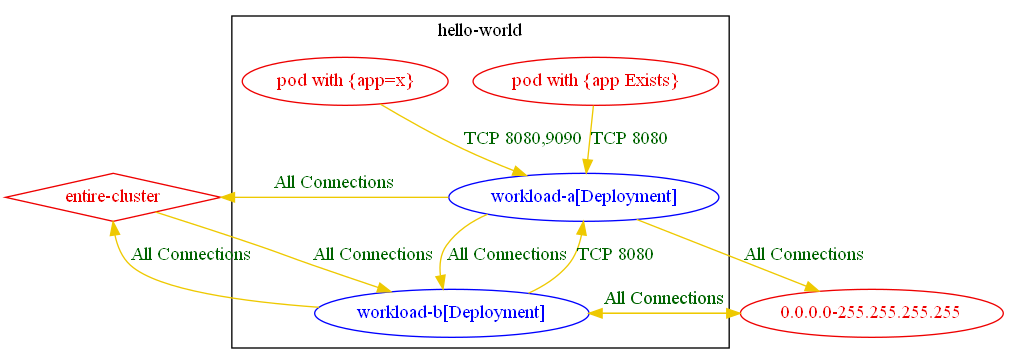
Above: test_outputs/connlist/exposure_test_exposure_with_different_rules_2_connlist_output.dot.png in np-guard/netpol-analyzer (Graphviz), before the change. Its source is kept beside it as test_outputs/connlist/exposure_test_exposure_with_different_rules_2_connlist_output.dot.
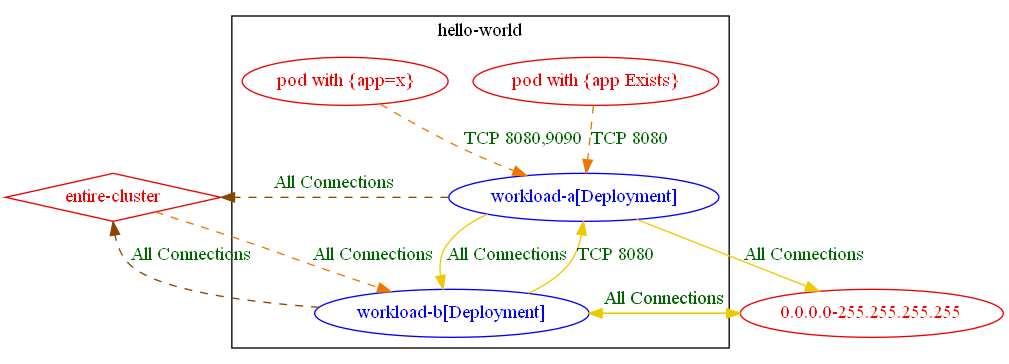
Later version of the same file.

What changed in the source:
```diff
@@ -11,13 +11,13 @@
 	"0.0.0.0-255.255.255.255" [label="0.0.0.0-255.255.255.255" color="red2" fontcolor="red2"]
 	"entire-cluster" [label="entire-cluster" color="red2" fontcolor="red2" shape=diamond]
 	"0.0.0.0-255.255.255.255" -> "hello-world/workload-b[Deployment]" [label="All Connections" color="gold2" fontcolor="darkgreen"]
-	"entire-cluster" -> "hello-world/workload-b[Deployment]" [label="All Connections" color="gold2" fontcolor="darkgreen" weight=1]
+	"entire-cluster" -> "hello-world/workload-b[Deployment]" [label="All Connections" color="darkorange2" fontcolor="darkgreen" weight=1 style=dashed]
 	"hello-world/workload-a[Deployment]" -> "0.0.0.0-255.255.255.255" [label="All Connections" color="gold2" fontcolor="darkgreen"]
-	"hello-world/workload-a[Deployment]" -> "entire-cluster" [label="All Connections" color="gold2" fontcolor="darkgreen" weight=0.5]
+	"hello-world/workload-a[Deployment]" -> "entire-cluster" [label="All Connections" color="darkorange4" fontcolor="darkgreen" weight=0.5 style=dashed]
 	"hello-world/workload-a[Deployment]" -> "hello-world/workload-b[Deployment]" [label="All Connections" color="gold2" fontcolor="darkgreen"]
 	"hello-world/workload-b[Deployment]" -> "0.0.0.0-255.255.255.255" [label="All Connections" color="gold2" fontcolor="darkgreen"]
-	"hello-world/workload-b[Deployment]" -> "entire-cluster" [label="All Connections" color="gold2" fontcolor="darkgreen" weight=0.5]
+	"hello-world/workload-b[Deployment]" -> "entire-cluster" [label="All Connections" color="darkorange4" fontcolor="darkgreen" weight=0.5 style=dashed]
 	"hello-world/workload-b[Deployment]" -> "hello-world/workload-a[Deployment]" [label="TCP 8080" color="gold2" fontcolor="darkgreen"]
-	"pod with {app Exists}_in_hello-world" -> "hello-world/workload-a[Deployment]" [label="TCP 8080" color="gold2" fontcolor="darkgreen" weight=1]
-	"pod with {app=x}_in_hello-world" -> "hello-world/workload-a[Deployment]" [label="TCP 8080,9090" color="gold2" fontcolor="darkgreen" weight=1]
+	"pod with {app Exists}_in_hello-world" -> "hello-world/workload-a[Deployment]" [label="TCP 8080" color="darkorange2" fontcolor="darkgreen" weight=1 style=dashed]
+	"pod with {app=x}_in_hello-world" -> "hello-world/workload-a[Deployment]" [label="TCP 8080,9090" color="darkorange2" fontcolor="darkgreen" weight=1 style=dashed]
 }
```
